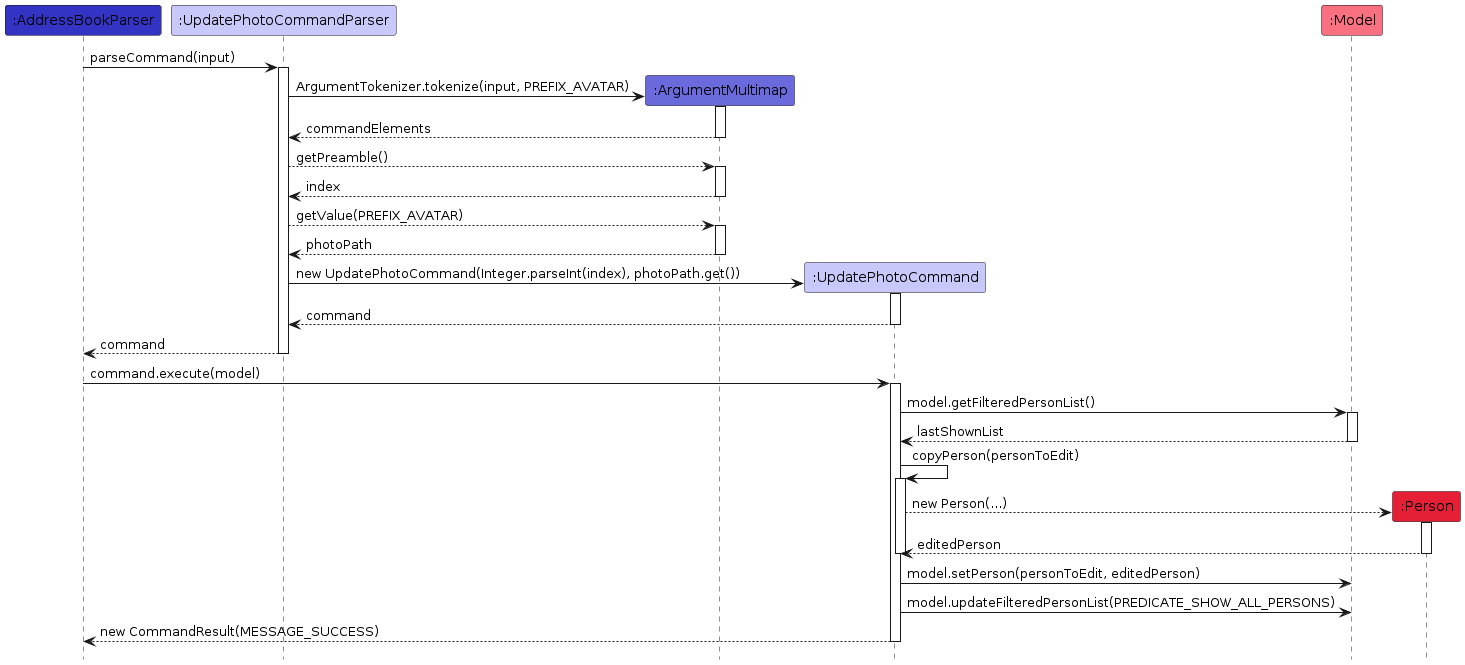
Above: diagrams/updatephoto-command/UpdatePhotoCommandSequenceDiagram.png in kokrui/tp (PlantUML), before the change. Its source is kept beside it as diagrams/updatephoto-command/UpdatePhotoCommandSequenceDiagram.puml.
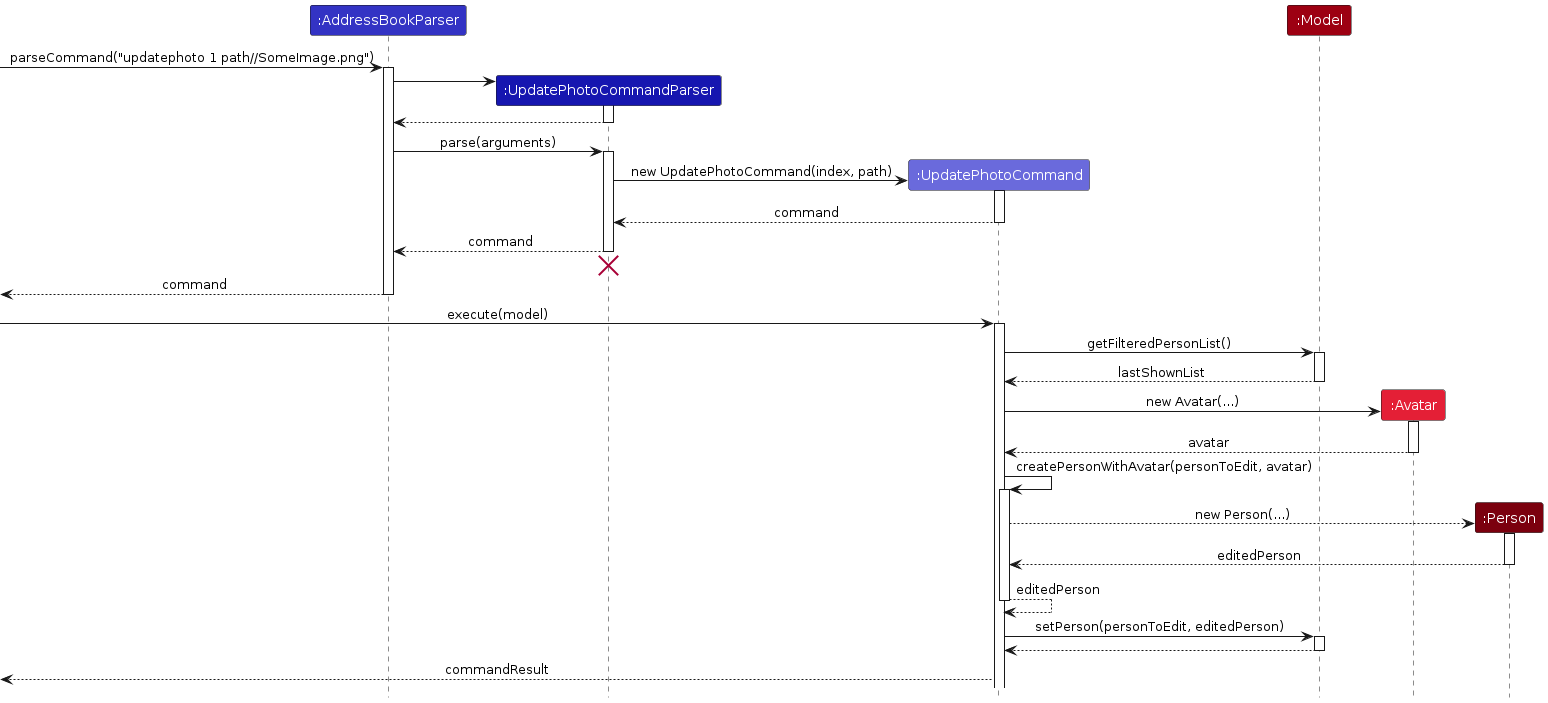
Above is the later version.

The edit, as a diff of the source:
```diff
@@ -1,77 +1,70 @@
 @startuml
-hide footbox
-!define UI_COLOR #1D8900
-!define UI_COLOR_T1 #83E769
-!define UI_COLOR_T2 #3FC71B
-!define UI_COLOR_T3 #166800
-!define UI_COLOR_T4 #0E4100
+!include ../style.puml
+skinparam ArrowFontStyle plain
 
-!define LOGIC_COLOR #3333C4
-!define LOGIC_COLOR_T1 #C8C8FA
-!define LOGIC_COLOR_T2 #6A6ADC
-!define LOGIC_COLOR_T3 #1616B0
-!define LOGIC_COLOR_T4 #101086
+participant ":AddressBookParser" as AddressBookParser LOGIC_COLOR
+participant ":UpdatePhotoCommandParser" as CommandParser LOGIC_COLOR_T3
+participant ":UpdatePhotoCommand" as Command LOGIC_COLOR_T2
+participant ":Model" as Model MODEL_COLOR
+participant ":Avatar" as Avatar MODEL_COLOR_T2
+participant ":Person" as Person MODEL_COLOR_T3
 
-!define MODEL_COLOR #9D0012
-!define MODEL_COLOR_T1 #F97181
-!define MODEL_COLOR_T2 #E41F36
-!define MODEL_COLOR_T3 #7B000E
-!define MODEL_COLOR_T4 #51000A
 
-participant ":AddressBookParser" as Parser LOGIC_COLOR
-participant ":UpdatePhotoCommandParser" as CommandParser LOGIC_COLOR_T1
-participant ":ArgumentMultimap" as Tokenizer LOGIC_COLOR_T2
-participant ":UpdatePhotoCommand" as Command LOGIC_COLOR_T1
+[-> AddressBookParser : parseCommand("updatephoto 1 path//SomeImage.png")
+activate AddressBookParser
+create CommandParser
+AddressBookParser -> CommandParser
+activate CommandParser
+CommandParser --> AddressBookParser
+deactivate CommandParser
 
-Parser -> CommandParser : parseCommand(input)
+AddressBookParser -> CommandParser : parse(arguments)
 activate CommandParser
 
-create Tokenizer LOGIC_COLOR
-CommandParser -> Tokenizer : ArgumentTokenizer.tokenize(input, PREFIX_AVATAR)
-activate Tokenizer
-Tokenizer --> CommandParser : commandElements
-deactivate Tokenizer
-CommandParser --> Tokenizer : getPreamble()
-activate Tokenizer
-Tokenizer --> CommandParser : index
-deactivate Tokenizer
-CommandParser --> Tokenizer : getValue(PREFIX_AVATAR)
-activate Tokenizer
-Tokenizer --> CommandParser : photoPath
-deactivate Tokenizer
-
 create Command
-CommandParser -> Command : new UpdatePhotoCommand(Integer.parseInt(index), photoPath.get())
+CommandParser -> Command : new UpdatePhotoCommand(index, path)
 activate Command
 Command --> CommandParser : command
 deactivate Command
 
-CommandParser --> Parser : command
+CommandParser --> AddressBookParser : command
 deactivate CommandParser
+CommandParser -[hidden]->
+destroy CommandParser
 
-participant ":Model" as Model MODEL_COLOR_T1
-participant ":Person" as Person MODEL_COLOR_T2
+[<-- AddressBookParser : command
+deactivate AddressBookParser
 
-Parser -> Command : command.execute(model)
+[-> Command : execute(model)
 activate Command
-Command -> Model : model.getFilteredPersonList()
+
+Command -> Model : getFilteredPersonList()
 activate Model
 Model --> Command : lastShownList
 deactivate Model
 
-Command -> Command : copyPerson(personToEdit)
+create Avatar
+Command -> Avatar : new Avatar(...)
+activate Avatar
+Avatar --> Command : avatar
+deactivate Avatar
+
+Command -> Command : createPersonWithAvatar(personToEdit, avatar)
 activate Command
 create Person
 Command --> Person : new Person(...)
 activate Person
 Person --> Command : editedPerson
 deactivate Person
+
+Command --> Command : editedPerson
 deactivate Command
 
-Command -> Model :  model.setPerson(personToEdit, editedPerson)
+Command -> Model :  setPerson(personToEdit, editedPerson)
+activate Model
+Model --> Command
+deactivate Model
 
-Command -> Model :  model.updateFilteredPersonList(PREDICATE_SHOW_ALL_PERSONS)
+[<-- Command: commandResult
 
-Parser <-- Command : new CommandResult(MESSAGE_SUCCESS)
-deactivate Command
 @enduml
```
